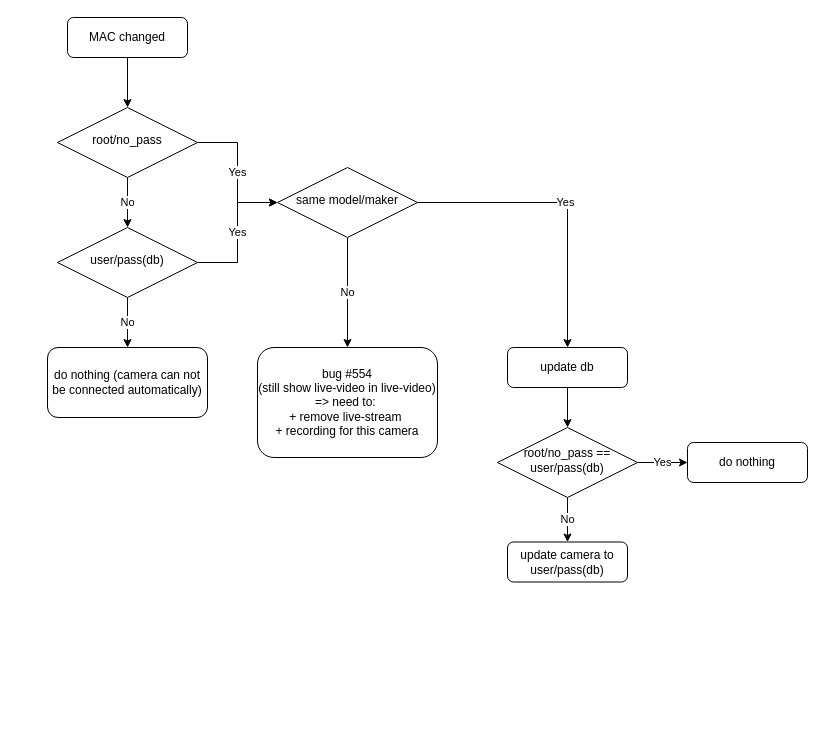
Before: change_camera.drawio in minh91a1/drawio, a draw.io diagram. Source tidied: cells renumbered, new cells numbered last; positions are measured from the earlier drawing's top-left corner, leaving out a move shared by most shapes. Both pictures are drawn from the tidied source at 100%, with x=0, y=0 at pixel (47, 17).
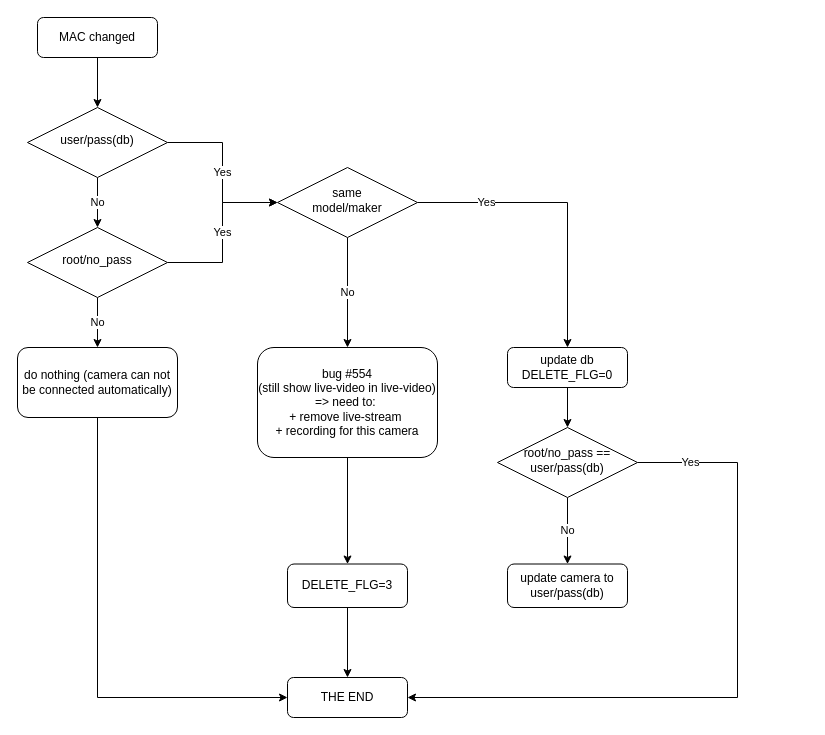
The same page after the edit.

Commit message:
Cập nhật change_camera.drawio

Unchanged cells that the change refers to:
```xml
<mxCell id="14" value="&lt;div align=&quot;center&quot;&gt;bug #554&lt;br&gt;(still show live-video in live-video)&lt;/div&gt;&lt;div align=&quot;center&quot;&gt;=&amp;gt; need to:&amp;nbsp;&lt;/div&gt;&lt;div align=&quot;center&quot;&gt;+ remove live-stream&amp;nbsp;&lt;/div&gt;&lt;div align=&quot;center&quot;&gt;+ recording for this camera&lt;/div&gt;" style="rounded=1;whiteSpace=wrap;html=1;fontSize=12;glass=0;strokeWidth=1;shadow=0;align=center;" parent="1" vertex="1">
  <mxGeometry x="210" y="330" width="180" height="110" as="geometry" />
</mxCell>
<mxCell id="19" value="root/no_pass == user/pass(db)" style="rhombus;whiteSpace=wrap;html=1;shadow=0;fontFamily=Helvetica;fontSize=12;align=center;strokeWidth=1;spacing=6;spacingTop=-4;" parent="1" vertex="1">
  <mxGeometry x="450" y="410" width="140" height="70" as="geometry" />
</mxCell>
```

The edit, as a diff of the source:
```diff
@@
     <mxCell id="3" value="MAC changed" style="rounded=1;whiteSpace=wrap;html=1;fontSize=12;glass=0;strokeWidth=1;shadow=0;" parent="1" vertex="1">
-      <mxGeometry x="20" width="120" height="40" as="geometry" />
+      <mxGeometry x="-10" width="120" height="40" as="geometry" />
     </mxCell>
@@
-    <mxCell id="6" value="root/no_pass" style="rhombus;whiteSpace=wrap;html=1;shadow=0;fontFamily=Helvetica;fontSize=12;align=center;strokeWidth=1;spacing=6;spacingTop=-4;" parent="1" vertex="1">
-      <mxGeometry x="10" y="90" width="140" height="70" as="geometry" />
+    <mxCell id="6" value="user/pass(db)" style="rhombus;whiteSpace=wrap;html=1;shadow=0;fontFamily=Helvetica;fontSize=12;align=center;strokeWidth=1;spacing=6;spacingTop=-4;" parent="1" vertex="1">
+      <mxGeometry x="-20" y="90" width="140" height="70" as="geometry" />
     </mxCell>
@@
-    <mxCell id="9" value="user/pass(db)" style="rhombus;whiteSpace=wrap;html=1;shadow=0;fontFamily=Helvetica;fontSize=12;align=center;strokeWidth=1;spacing=6;spacingTop=-4;" parent="1" vertex="1">
-      <mxGeometry x="10" y="210" width="140" height="70" as="geometry" />
+    <mxCell id="9" value="root/no_pass" style="rhombus;whiteSpace=wrap;html=1;shadow=0;fontFamily=Helvetica;fontSize=12;align=center;strokeWidth=1;spacing=6;spacingTop=-4;" parent="1" vertex="1">
+      <mxGeometry x="-20" y="210" width="140" height="70" as="geometry" />
     </mxCell>
+    <mxCell id="22" style="edgeStyle=orthogonalEdgeStyle;rounded=0;jettySize=auto;html=1;entryX=0;entryY=0.5;entryDx=0;entryDy=0;" parent="1" edge="1" source="10" target="20">
+      <mxGeometry relative="1" as="geometry">
+        <Array as="points">
+          <mxPoint x="50" y="680" />
+        </Array>
+      </mxGeometry>
+    </mxCell>
     <mxCell id="10" value="do nothing (camera can not be connected automatically)" style="rounded=1;whiteSpace=wrap;html=1;fontSize=12;glass=0;strokeWidth=1;shadow=0;" parent="1" vertex="1">
-      <mxGeometry y="330" width="160" height="70" as="geometry" />
+      <mxGeometry x="-30" y="330" width="160" height="70" as="geometry" />
     </mxCell>
     <mxCell id="11" value="Yes" style="edgeStyle=orthogonalEdgeStyle;rounded=0;jettySize=auto;html=1;entryX=0.5;entryY=0;entryDx=0;entryDy=0;" parent="1" edge="1" source="13" target="16">
-      <mxGeometry relative="1" as="geometry" />
+      <mxGeometry x="-0.53" relative="1" as="geometry" />
     </mxCell>
@@
-    <mxCell id="13" value="same model/maker" style="rhombus;whiteSpace=wrap;html=1;shadow=0;fontFamily=Helvetica;fontSize=12;align=center;strokeWidth=1;spacing=6;spacingTop=-4;" parent="1" vertex="1">
+    <mxCell id="13" value="same &lt;br&gt;model/maker" style="rhombus;whiteSpace=wrap;html=1;shadow=0;fontFamily=Helvetica;fontSize=12;align=center;strokeWidth=1;spacing=6;spacingTop=-4;" parent="1" vertex="1">
       <mxGeometry x="230" y="150" width="140" height="70" as="geometry" />
     </mxCell>
+    <mxCell id="23" style="edgeStyle=orthogonalEdgeStyle;rounded=0;jettySize=auto;html=1;" parent="1" edge="1" source="14" target="25">
+      <mxGeometry relative="1" as="geometry" />
+    </mxCell>
@@
-    <mxCell id="16" value="&lt;div&gt;update db&lt;/div&gt;" style="rounded=1;whiteSpace=wrap;html=1;fontSize=12;glass=0;strokeWidth=1;shadow=0;" parent="1" vertex="1">
+    <mxCell id="16" value="&lt;div&gt;update db&lt;/div&gt;&lt;div&gt;DELETE_FLG=0&lt;br&gt;&lt;/div&gt;" style="rounded=1;whiteSpace=wrap;html=1;fontSize=12;glass=0;strokeWidth=1;shadow=0;" parent="1" vertex="1">
       <mxGeometry x="460" y="330" width="120" height="40" as="geometry" />
     </mxCell>
@@
-    <mxCell id="18" value="Yes" style="edgeStyle=orthogonalEdgeStyle;rounded=0;jettySize=auto;html=1;entryX=0;entryY=0.5;entryDx=0;entryDy=0;" parent="1" edge="1" source="19" target="20">
-      <mxGeometry relative="1" as="geometry" />
+    <mxCell id="18" value="Yes" style="edgeStyle=orthogonalEdgeStyle;rounded=0;jettySize=auto;html=1;entryX=1;entryY=0.5;entryDx=0;entryDy=0;" parent="1" edge="1" source="19" target="20">
+      <mxGeometry x="-0.84" relative="1" as="geometry">
+        <Array as="points">
+          <mxPoint x="690" y="445" />
+          <mxPoint x="690" y="680" />
+        </Array>
+      </mxGeometry>
     </mxCell>
@@
-    <mxCell id="20" value="do nothing" style="rounded=1;whiteSpace=wrap;html=1;fontSize=12;glass=0;strokeWidth=1;shadow=0;" parent="1" vertex="1">
-      <mxGeometry x="640" y="425" width="120" height="40" as="geometry" />
+    <mxCell id="20" value="THE END" style="rounded=1;whiteSpace=wrap;html=1;fontSize=12;glass=0;strokeWidth=1;shadow=0;" parent="1" vertex="1">
+      <mxGeometry x="240" y="660" width="120" height="40" as="geometry" />
     </mxCell>
     <mxCell id="21" value="update camera to user/pass(db)" style="rounded=1;whiteSpace=wrap;html=1;fontSize=12;glass=0;strokeWidth=1;shadow=0;" parent="1" vertex="1">
-      <mxGeometry x="460" y="524.5" width="120" height="40" as="geometry" />
+      <mxGeometry x="460" y="546.5" width="120" height="43.5" as="geometry" />
     </mxCell>
+    <mxCell id="24" style="edgeStyle=orthogonalEdgeStyle;rounded=0;jettySize=auto;html=1;entryX=0.5;entryY=0;entryDx=0;entryDy=0;" parent="1" edge="1" source="25" target="20">
+      <mxGeometry relative="1" as="geometry" />
+    </mxCell>
+    <mxCell id="25" value="DELETE_FLG=3" style="whiteSpace=wrap;html=1;rounded=1;glass=0;strokeWidth=1;shadow=0;" parent="1" vertex="1">
+      <mxGeometry x="240" y="546.5" width="120" height="43.5" as="geometry" />
+    </mxCell>
```
